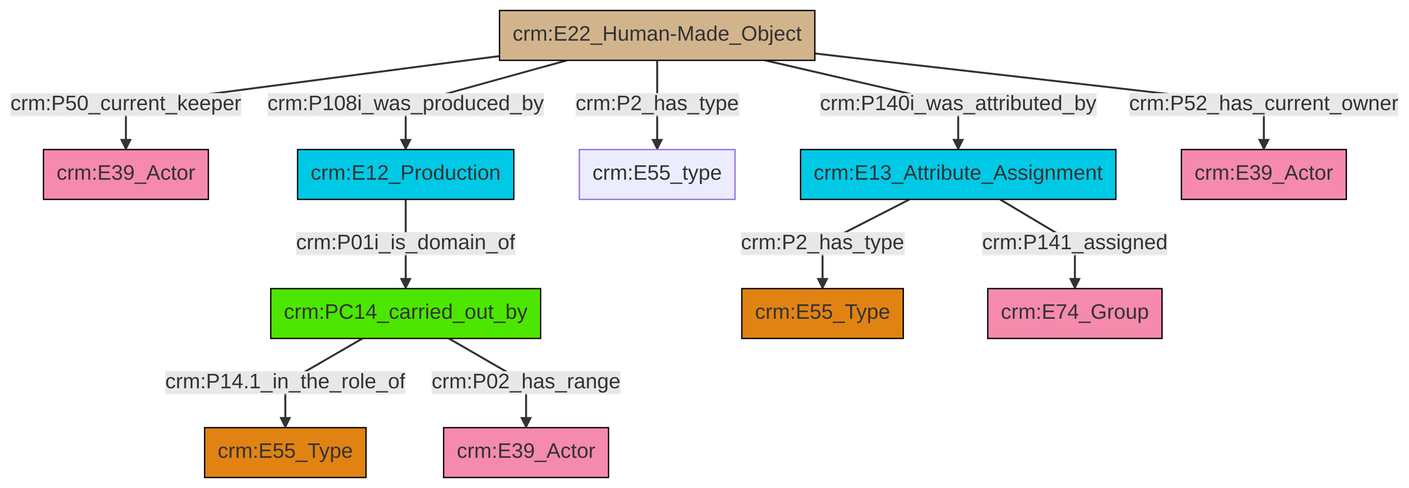
Above: et/artworkCSV/ttl/mmd/png/Artwork_Actor_Relations.png in swiss-art-research-net/docs.swissartresearch (Mermaid), before the change. Its source is kept beside it as et/artworkCSV/ttl/mmd/Artwork_Actor_Relations.ttl.mmd.
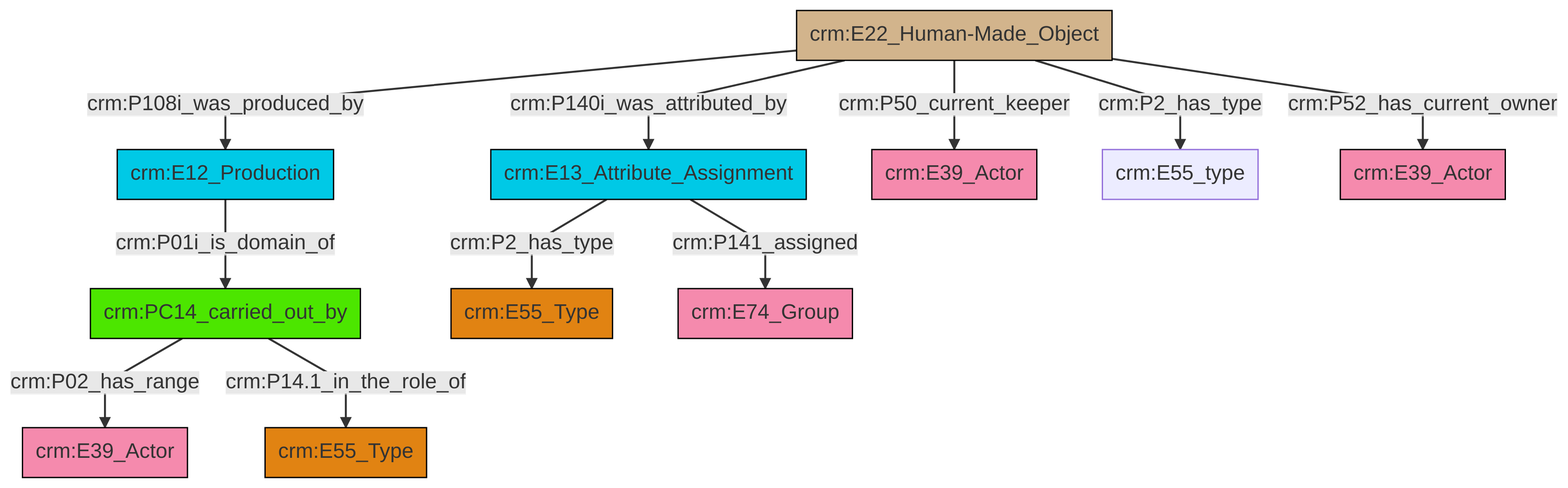
Later version of the same file.

Diff of the diagram source:
```diff
@@ -13,13 +13,13 @@
 classDef PC_Classes fill:#4ce600, stroke:#000000;
 classDef Multi fill:#cccccc,stroke:#000000;
 
-2["crm:E12_Production"]:::Temporal_Entity -->|crm:P01i_is_domain_of| 3["crm:PC14_carried_out_by"]:::PC_Classes
-3["crm:PC14_carried_out_by"]:::PC_Classes -->|crm:P14.1_in_the_role_of| 4["crm:E55_Type"]:::Type
-7["crm:E22_Human-Made_Object"]:::Physical_Thing -->|crm:P50_current_keeper| 0["crm:E39_Actor"]:::Actor
-7["crm:E22_Human-Made_Object"]:::Physical_Thing -->|crm:P2_has_type| 9["crm:E55_type"]:::Default
-15["crm:E13_Attribute_Assignment"]:::Temporal_Entity -->|crm:P141_assigned| 16["crm:E74_Group"]:::Actor
-7["crm:E22_Human-Made_Object"]:::Physical_Thing -->|crm:P140i_was_attributed_by| 15["crm:E13_Attribute_Assignment"]:::Temporal_Entity
-7["crm:E22_Human-Made_Object"]:::Physical_Thing -->|crm:P108i_was_produced_by| 2["crm:E12_Production"]:::Temporal_Entity
-7["crm:E22_Human-Made_Object"]:::Physical_Thing -->|crm:P52_has_current_owner| 21["crm:E39_Actor"]:::Actor
-3["crm:PC14_carried_out_by"]:::PC_Classes -->|crm:P02_has_range| 17["crm:E39_Actor"]:::Actor
-15["crm:E13_Attribute_Assignment"]:::Temporal_Entity -->|crm:P2_has_type| 5["crm:E55_Type"]:::Type
+4["crm:PC14_carried_out_by"]:::PC_Classes -->|crm:P02_has_range| 5["crm:E39_Actor"]:::Actor
+6["crm:E22_Human-Made_Object"]:::Physical_Thing -->|crm:P108i_was_produced_by| 7["crm:E12_Production"]:::Temporal_Entity
+8["crm:E13_Attribute_Assignment"]:::Temporal_Entity -->|crm:P2_has_type| 9["crm:E55_Type"]:::Type
+4["crm:PC14_carried_out_by"]:::PC_Classes -->|crm:P14.1_in_the_role_of| 14["crm:E55_Type"]:::Type
+7["crm:E12_Production"]:::Temporal_Entity -->|crm:P01i_is_domain_of| 4["crm:PC14_carried_out_by"]:::PC_Classes
+8["crm:E13_Attribute_Assignment"]:::Temporal_Entity -->|crm:P141_assigned| 0["crm:E74_Group"]:::Actor
+6["crm:E22_Human-Made_Object"]:::Physical_Thing -->|crm:P140i_was_attributed_by| 8["crm:E13_Attribute_Assignment"]:::Temporal_Entity
+6["crm:E22_Human-Made_Object"]:::Physical_Thing -->|crm:P50_current_keeper| 2["crm:E39_Actor"]:::Actor
+6["crm:E22_Human-Made_Object"]:::Physical_Thing -->|crm:P2_has_type| 10["crm:E55_type"]:::Default
+6["crm:E22_Human-Made_Object"]:::Physical_Thing -->|crm:P52_has_current_owner| 21["crm:E39_Actor"]:::Actor
```
